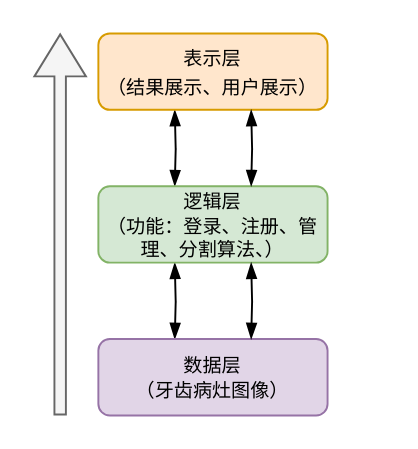
This is 第五章绘图.drawio from qjl988/drawio, a draw.io file, before an edit. Source tidied: cells renumbered, new cells numbered last; positions are measured from the earlier drawing's top-left corner, leaving out a move shared by most shapes. Both pictures are drawn from the tidied source at 191%, with x=0, y=0 at pixel (59, 32).
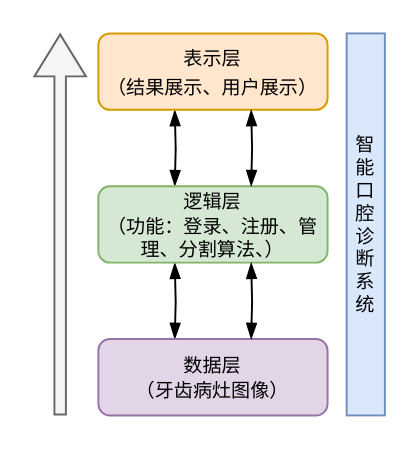
Above is the later version.

Commit message (it also covers changes not shown here):
更新第五章绘图.drawio

What changed in the source:
```diff
@@
 <mxGraphModel>
   <root>
     <mxCell id="0" />
     <mxCell id="1" parent="0" />
     <mxCell id="2" style="edgeStyle=orthogonalEdgeStyle;rounded=0;orthogonalLoop=1;jettySize=auto;html=1;entryX=0.5;entryY=1;entryDx=0;entryDy=0;endArrow=blockThin;endFill=1;startArrow=blockThin;startFill=1;" parent="1" edge="1">
       <mxGeometry relative="1" as="geometry">
         <mxPoint x="60" y="160" as="sourcePoint" />
         <mxPoint x="60" y="120" as="targetPoint" />
       </mxGeometry>
     </mxCell>
     <mxCell id="3" value="&lt;span style=&quot;font-family: 宋体; font-size: 10px;&quot;&gt;数据层&lt;/span&gt;&lt;div style=&quot;font-family: 宋体; font-size: 10px;&quot;&gt;（牙齿病灶图像）&lt;/div&gt;" style="rounded=1;whiteSpace=wrap;html=1;fillColor=#e1d5e7;strokeColor=#9673a6;" parent="1" vertex="1">
       <mxGeometry x="20" y="160" width="120" height="40" as="geometry" />
     </mxCell>
     <mxCell id="4" style="edgeStyle=orthogonalEdgeStyle;rounded=0;orthogonalLoop=1;jettySize=auto;html=1;entryX=0.5;entryY=1;entryDx=0;entryDy=0;startArrow=blockThin;startFill=1;endArrow=blockThin;endFill=1;" parent="1" edge="1">
       <mxGeometry relative="1" as="geometry">
         <mxPoint x="60" y="80" as="sourcePoint" />
         <mxPoint x="60" y="40" as="targetPoint" />
       </mxGeometry>
     </mxCell>
     <mxCell id="5" value="&lt;span style=&quot;font-family: 宋体; font-size: 10px;&quot;&gt;逻辑层&lt;/span&gt;&lt;div style=&quot;font-family: 宋体; font-size: 10px;&quot;&gt;（功能：登录、注册、管理、分割算法、）&lt;/div&gt;" style="rounded=1;whiteSpace=wrap;html=1;fillColor=#d5e8d4;strokeColor=#82b366;" parent="1" vertex="1">
       <mxGeometry x="20" y="80" width="120" height="40" as="geometry" />
     </mxCell>
     <mxCell id="6" value="&lt;font face=&quot;宋体&quot;&gt;&lt;span style=&quot;font-size: 10px;&quot;&gt;表示层&lt;/span&gt;&lt;/font&gt;&lt;div&gt;&lt;font face=&quot;宋体&quot;&gt;&lt;span style=&quot;font-size: 10px;&quot;&gt;（结果展示、用户展示）&lt;/span&gt;&lt;/font&gt;&lt;/div&gt;" style="rounded=1;whiteSpace=wrap;html=1;fillColor=#ffe6cc;strokeColor=#d79b00;" parent="1" vertex="1">
       <mxGeometry x="20" width="120" height="40" as="geometry" />
     </mxCell>
     <mxCell id="7" style="shape=flexArrow;endArrow=classic;html=1;rounded=0;fillColor=#f5f5f5;strokeColor=#666666;endSize=7;startSize=6;targetPerimeterSpacing=0;width=6;" parent="1" edge="1">
       <mxGeometry relative="1" as="geometry">
         <mxPoint y="200" as="sourcePoint" />
         <mxPoint as="targetPoint" />
       </mxGeometry>
     </mxCell>
     <mxCell id="8" style="edgeStyle=orthogonalEdgeStyle;rounded=0;orthogonalLoop=1;jettySize=auto;html=1;entryX=0.5;entryY=1;entryDx=0;entryDy=0;startArrow=blockThin;startFill=1;endArrow=blockThin;endFill=1;" parent="1" edge="1">
       <mxGeometry relative="1" as="geometry">
         <mxPoint x="100" y="80" as="sourcePoint" />
         <mxPoint x="100" y="40" as="targetPoint" />
       </mxGeometry>
     </mxCell>
     <mxCell id="9" style="edgeStyle=orthogonalEdgeStyle;rounded=0;orthogonalLoop=1;jettySize=auto;html=1;entryX=0.5;entryY=1;entryDx=0;entryDy=0;endArrow=blockThin;endFill=1;startArrow=blockThin;startFill=1;" parent="1" edge="1">
       <mxGeometry relative="1" as="geometry">
         <mxPoint x="100" y="160" as="sourcePoint" />
         <mxPoint x="100" y="120" as="targetPoint" />
       </mxGeometry>
     </mxCell>
+    <mxCell id="10" value="智能口腔诊断系统" style="rounded=0;whiteSpace=wrap;html=1;fillColor=#dae8fc;strokeColor=#6c8ebf;fontSize=10;fontFamily=宋体;" parent="1" vertex="1">
+      <mxGeometry x="150" width="20" height="200" as="geometry" />
+    </mxCell>
   </root>
 </mxGraphModel>
```
